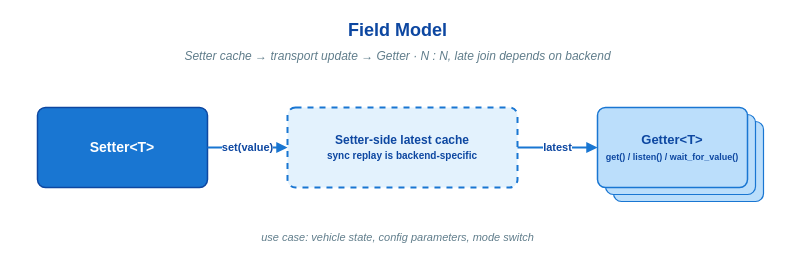
Earlier version of the draw.io diagram doc/images/foreword-field-flow.drawio (thun-res/vlink). Source tidied: cells renumbered, new cells numbered last; positions are measured from the earlier drawing's top-left corner, leaving out a move shared by most shapes. Both pictures are drawn from the tidied source at 100%, with x=0, y=0 at pixel (17, 17).
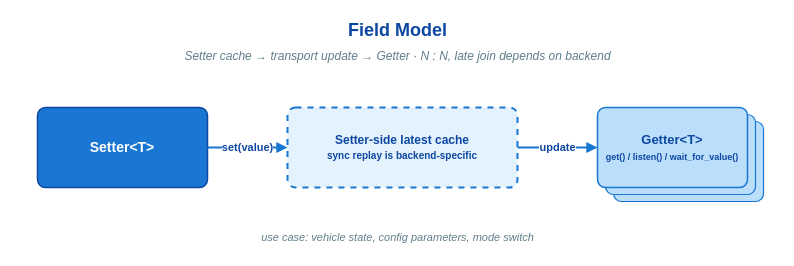
The same diagram, later.

Commit message (it also covers changes not shown here):
docs(core): clarify field read and concurrent write semantics

Diff of the diagram source:
```diff
@@
 <mxGraphModel>
   <root>
     <mxCell id="0" />
     <mxCell id="1" parent="0" />
     <mxCell id="2" value="Field Model" style="text;html=1;align=center;verticalAlign=middle;strokeColor=none;fillColor=none;fontFamily=Helvetica;fontSize=18;fontStyle=1;fontColor=#0d47a1;" parent="1" vertex="1">
       <mxGeometry width="760" height="26" as="geometry" />
     </mxCell>
     <mxCell id="3" value="Setter cache → transport update → Getter    ·    N : N, late join depends on backend" style="text;html=1;align=center;verticalAlign=middle;strokeColor=none;fillColor=none;fontFamily=Helvetica;fontSize=12;fontStyle=2;fontColor=#607d8b;" parent="1" vertex="1">
       <mxGeometry y="28" width="760" height="22" as="geometry" />
     </mxCell>
     <mxCell id="4" value="&lt;b&gt;Setter&amp;lt;T&amp;gt;&lt;/b&gt;" style="rounded=1;whiteSpace=wrap;html=1;fillColor=#1976d2;strokeColor=#0d47a1;strokeWidth=1.5;arcSize=10;fontFamily=Helvetica;fontSize=14;fontStyle=1;fontColor=#ffffff;shadow=0;verticalAlign=middle;align=center;" parent="1" vertex="1">
       <mxGeometry x="20" y="90" width="170" height="80" as="geometry" />
     </mxCell>
     <mxCell id="5" value="&lt;b&gt;Setter-side latest cache&lt;/b&gt;&lt;br/&gt;&lt;span style=&quot;font-size:10px;&quot;&gt;sync replay is backend-specific&lt;/span&gt;" style="rounded=1;whiteSpace=wrap;html=1;fillColor=#e3f2fd;strokeColor=#1976d2;strokeWidth=2;dashed=1;arcSize=10;fontFamily=Helvetica;fontSize=12;fontStyle=1;fontColor=#0d47a1;shadow=0;verticalAlign=middle;align=center;" parent="1" vertex="1">
       <mxGeometry x="270" y="90" width="230" height="80" as="geometry" />
     </mxCell>
     <mxCell id="6" style="rounded=1;whiteSpace=wrap;html=1;fillColor=#bbdefb;strokeColor=#1976d2;strokeWidth=1.2;arcSize=10;fontFamily=Helvetica;shadow=0;" parent="1" vertex="1">
       <mxGeometry x="596" y="104" width="150" height="80" as="geometry" />
     </mxCell>
     <mxCell id="7" style="rounded=1;whiteSpace=wrap;html=1;fillColor=#bbdefb;strokeColor=#1976d2;strokeWidth=1.2;arcSize=10;fontFamily=Helvetica;shadow=0;" parent="1" vertex="1">
       <mxGeometry x="588" y="97" width="150" height="80" as="geometry" />
     </mxCell>
     <mxCell id="8" value="&lt;b&gt;Getter&amp;lt;T&amp;gt;&lt;/b&gt;&lt;br/&gt;&lt;span style=&quot;font-size:9px;&quot;&gt;get() / listen() / wait_for_value()&lt;/span&gt;" style="rounded=1;whiteSpace=wrap;html=1;fillColor=#bbdefb;strokeColor=#1976d2;strokeWidth=1.5;arcSize=10;fontFamily=Helvetica;fontSize=13;fontStyle=1;fontColor=#0d47a1;shadow=0;verticalAlign=middle;align=center;" parent="1" vertex="1">
       <mxGeometry x="580" y="90" width="150" height="80" as="geometry" />
     </mxCell>
     <mxCell id="9" value="&lt;b&gt;set(value)&lt;/b&gt;" style="edgeStyle=orthogonalEdgeStyle;rounded=1;endArrow=block;endFill=1;html=1;strokeWidth=2;strokeColor=#1976d2;fontFamily=Helvetica;fontSize=11;fontStyle=1;fontColor=#0d47a1;labelBackgroundColor=#ffffff;exitX=1;exitY=0.5;entryX=0;entryY=0.5;" parent="1" edge="1" source="4" target="5">
       <mxGeometry relative="1" as="geometry" />
     </mxCell>
-    <mxCell id="10" value="&lt;b&gt;latest&lt;/b&gt;" style="edgeStyle=orthogonalEdgeStyle;rounded=1;endArrow=block;endFill=1;html=1;strokeWidth=2;strokeColor=#1976d2;fontFamily=Helvetica;fontSize=11;fontStyle=1;fontColor=#0d47a1;labelBackgroundColor=#ffffff;exitX=1;exitY=0.5;entryX=0;entryY=0.5;" parent="1" edge="1" source="5" target="8">
+    <mxCell id="10" value="&lt;b&gt;update&lt;/b&gt;" style="edgeStyle=orthogonalEdgeStyle;rounded=1;endArrow=block;endFill=1;html=1;strokeWidth=2;strokeColor=#1976d2;fontFamily=Helvetica;fontSize=11;fontStyle=1;fontColor=#0d47a1;labelBackgroundColor=#ffffff;exitX=1;exitY=0.5;entryX=0;entryY=0.5;" parent="1" edge="1" source="5" target="8">
       <mxGeometry relative="1" as="geometry" />
     </mxCell>
     <mxCell id="11" value="use case: vehicle state, config parameters, mode switch" style="text;html=1;align=center;verticalAlign=middle;strokeColor=none;fillColor=none;fontFamily=Helvetica;fontSize=11;fontStyle=2;fontColor=#607d8b;" parent="1" vertex="1">
       <mxGeometry y="208" width="760" height="24" as="geometry" />
     </mxCell>
   </root>
 </mxGraphModel>
```
